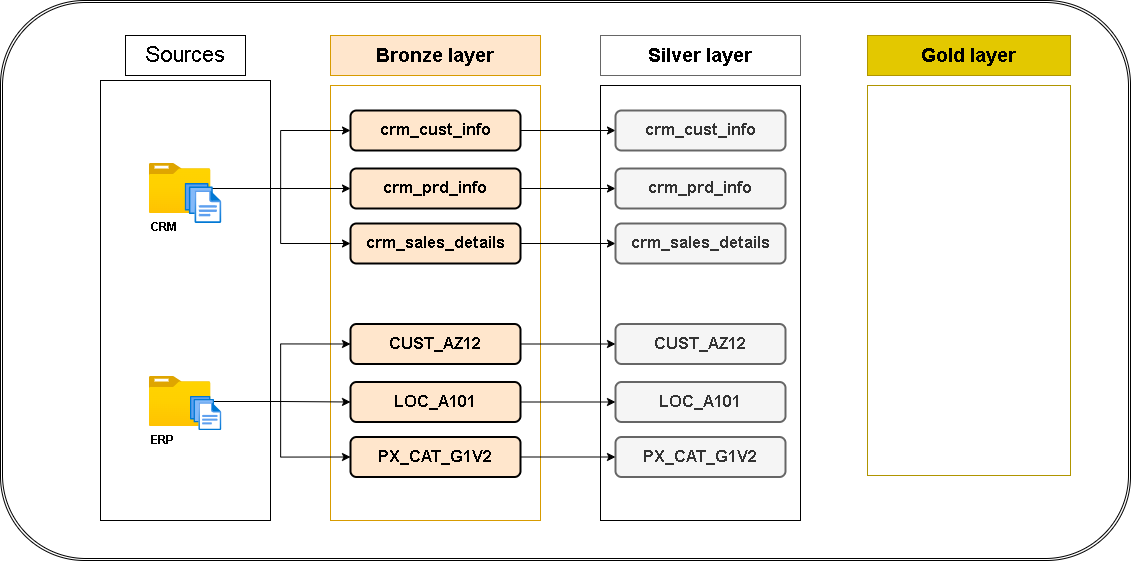
Before: Docs/data_flow.png, a diagram exported from draw.io (JubeirMorad/SQL-Data-Warehouse-Project). Source tidied: cells renumbered, new cells last; positions are measured from the earlier drawing's top-left corner, leaving out a move shared by most shapes. Source of this version:
```xml
<mxGraphModel>
  <root>
    <mxCell id="0" />
    <mxCell id="1" parent="0" />
    <mxCell id="2" style="shape=ext;double=1;rounded=1;whiteSpace=wrap;html=1;fillColor=light-dark(#FFFFFF,#000000);" parent="1" vertex="1">
      <mxGeometry width="1130" height="560" as="geometry" />
    </mxCell>
    <mxCell id="3" style="rounded=0;whiteSpace=wrap;html=1;fillColor=default;strokeColor=default;" parent="1" vertex="1">
      <mxGeometry x="100" y="80" width="170" height="440" as="geometry" />
    </mxCell>
    <mxCell id="4" value="Sources" style="rounded=0;whiteSpace=wrap;html=1;fillColor=default;fontSize=22;strokeColor=default;" parent="1" vertex="1">
      <mxGeometry x="125" y="35" width="120" height="40" as="geometry" />
    </mxCell>
    <mxCell id="5" style="rounded=0;whiteSpace=wrap;html=1;fillColor=default;strokeColor=#d79b00;" parent="1" vertex="1">
      <mxGeometry x="330" y="85" width="210" height="435" as="geometry" />
    </mxCell>
    <mxCell id="6" style="rounded=0;whiteSpace=wrap;html=1;fillColor=default;strokeColor=default;fontColor=#333333;" parent="1" vertex="1">
      <mxGeometry x="600" y="85" width="200" height="435" as="geometry" />
    </mxCell>
    <mxCell id="7" style="rounded=0;whiteSpace=wrap;html=1;fillColor=default;strokeColor=light-dark(#B09500, #ffda0a);fontColor=#000000;" parent="1" vertex="1">
      <mxGeometry x="867" y="85" width="203" height="390" as="geometry" />
    </mxCell>
    <mxCell id="8" value="Bronze layer" style="rounded=0;whiteSpace=wrap;html=1;fillColor=#ffe6cc;fontSize=19;strokeColor=#d79b00;labelBorderColor=none;labelBackgroundColor=none;fontColor=default;fontStyle=1;" parent="1" vertex="1">
      <mxGeometry x="330" y="35" width="210" height="40" as="geometry" />
    </mxCell>
    <mxCell id="9" value="Silver layer" style="rounded=0;whiteSpace=wrap;html=1;fillColor=light-dark(#FFFFFF,#585858);fontSize=19;strokeColor=#666666;fontColor=default;labelBorderColor=none;labelBackgroundColor=none;fontStyle=1;" parent="1" vertex="1">
      <mxGeometry x="600" y="35" width="200" height="40" as="geometry" />
    </mxCell>
    <mxCell id="10" value="Gold layer" style="rounded=0;whiteSpace=wrap;html=1;fillColor=light-dark(#E3C800,#CFB40B);fontSize=19;strokeColor=light-dark(#B09500,#FFDA0A);fontColor=default;labelBorderColor=none;labelBackgroundColor=none;fontStyle=1;" parent="1" vertex="1">
      <mxGeometry x="867" y="35" width="203" height="40" as="geometry" />
    </mxCell>
    <mxCell id="11" style="edgeStyle=orthogonalEdgeStyle;rounded=0;jettySize=auto;html=1;" parent="1" edge="1" source="14" target="24">
      <mxGeometry relative="1" as="geometry" />
    </mxCell>
    <mxCell id="12" style="edgeStyle=orthogonalEdgeStyle;rounded=0;jettySize=auto;html=1;entryX=0;entryY=0.5;entryDx=0;entryDy=0;" parent="1" edge="1" source="14" target="26">
      <mxGeometry relative="1" as="geometry" />
    </mxCell>
    <mxCell id="13" style="edgeStyle=orthogonalEdgeStyle;rounded=0;jettySize=auto;html=1;entryX=0;entryY=0.5;entryDx=0;entryDy=0;" parent="1" edge="1" source="14" target="22">
      <mxGeometry relative="1" as="geometry" />
    </mxCell>
    <mxCell id="14" value="CRM" style="image;html=1;points=[];align=left;fontSize=12;image=img/lib/azure2/general/Folder_Blank.svg;fontStyle=1;" parent="1" vertex="1">
      <mxGeometry x="148.8" y="163" width="61.6" height="50" as="geometry" />
    </mxCell>
    <mxCell id="15" style="edgeStyle=orthogonalEdgeStyle;rounded=0;jettySize=auto;html=1;entryX=0;entryY=0.5;entryDx=0;entryDy=0;" parent="1" edge="1" source="18" target="30">
      <mxGeometry relative="1" as="geometry" />
    </mxCell>
    <mxCell id="16" style="edgeStyle=orthogonalEdgeStyle;rounded=0;jettySize=auto;html=1;entryX=0;entryY=0.5;entryDx=0;entryDy=0;" parent="1" edge="1" source="18" target="28">
      <mxGeometry relative="1" as="geometry" />
    </mxCell>
    <mxCell id="17" style="edgeStyle=orthogonalEdgeStyle;rounded=0;jettySize=auto;html=1;entryX=0;entryY=0.5;entryDx=0;entryDy=0;" parent="1" edge="1" source="18" target="32">
      <mxGeometry relative="1" as="geometry" />
    </mxCell>
    <mxCell id="18" value="&lt;b&gt;ERP&lt;/b&gt;" style="image;html=1;points=[];align=left;fontSize=12;image=img/lib/azure2/general/Folder_Blank.svg;" parent="1" vertex="1">
      <mxGeometry x="148.8" y="376" width="61.6" height="50" as="geometry" />
    </mxCell>
    <mxCell id="19" style="image;html=1;align=center;fontSize=12;image=img/lib/azure2/general/Files.svg;" parent="1" vertex="1">
      <mxGeometry x="184.6" y="183" width="36.6" height="40" as="geometry" />
    </mxCell>
    <mxCell id="20" style="image;html=1;align=center;fontSize=12;image=img/lib/azure2/general/Files.svg;" parent="1" vertex="1">
      <mxGeometry x="190" y="396" width="31.2" height="34.1" as="geometry" />
    </mxCell>
    <mxCell id="21" style="edgeStyle=orthogonalEdgeStyle;rounded=0;jettySize=auto;html=1;entryX=0;entryY=0.5;entryDx=0;entryDy=0;" parent="1" edge="1" source="22" target="33">
      <mxGeometry relative="1" as="geometry" />
    </mxCell>
    <mxCell id="22" value="crm_cust_info" style="rounded=1;whiteSpace=wrap;html=1;fillColor=#ffe6cc;fontSize=17;strokeColor=default;labelBorderColor=none;labelBackgroundColor=none;fontColor=default;fontStyle=1;strokeWidth=2;" parent="1" vertex="1">
      <mxGeometry x="350" y="110" width="170" height="40" as="geometry" />
    </mxCell>
    <mxCell id="23" style="edgeStyle=orthogonalEdgeStyle;rounded=0;jettySize=auto;html=1;entryX=0;entryY=0.5;entryDx=0;entryDy=0;" parent="1" edge="1" source="24" target="34">
      <mxGeometry relative="1" as="geometry" />
    </mxCell>
    <mxCell id="24" value="crm_prd_info" style="rounded=1;whiteSpace=wrap;html=1;fillColor=#ffe6cc;fontSize=17;strokeColor=default;labelBorderColor=none;labelBackgroundColor=none;fontColor=default;fontStyle=1;strokeWidth=2;" parent="1" vertex="1">
      <mxGeometry x="350" y="168" width="170" height="40" as="geometry" />
    </mxCell>
    <mxCell id="25" style="edgeStyle=orthogonalEdgeStyle;rounded=0;jettySize=auto;html=1;" parent="1" edge="1" source="26" target="35">
      <mxGeometry relative="1" as="geometry" />
    </mxCell>
    <mxCell id="26" value="crm_sales_details" style="rounded=1;whiteSpace=wrap;html=1;fillColor=#ffe6cc;fontSize=17;strokeColor=default;labelBorderColor=none;labelBackgroundColor=none;fontColor=default;fontStyle=1;strokeWidth=2;" parent="1" vertex="1">
      <mxGeometry x="350" y="223" width="170" height="40" as="geometry" />
    </mxCell>
    <mxCell id="27" style="edgeStyle=orthogonalEdgeStyle;rounded=0;jettySize=auto;html=1;" parent="1" edge="1" source="28" target="36">
      <mxGeometry relative="1" as="geometry" />
    </mxCell>
    <mxCell id="28" value="CUST_AZ12" style="rounded=1;whiteSpace=wrap;html=1;fillColor=#ffe6cc;fontSize=17;strokeColor=default;labelBorderColor=none;labelBackgroundColor=none;fontColor=default;fontStyle=1;strokeWidth=2;" parent="1" vertex="1">
      <mxGeometry x="350" y="323.5" width="170" height="40" as="geometry" />
    </mxCell>
    <mxCell id="29" style="edgeStyle=orthogonalEdgeStyle;rounded=0;jettySize=auto;html=1;" parent="1" edge="1" source="30" target="37">
      <mxGeometry relative="1" as="geometry" />
    </mxCell>
    <mxCell id="30" value="LOC_A101" style="rounded=1;whiteSpace=wrap;html=1;fillColor=#ffe6cc;fontSize=17;strokeColor=default;labelBorderColor=none;labelBackgroundColor=none;fontColor=default;fontStyle=1;strokeWidth=2;" parent="1" vertex="1">
      <mxGeometry x="350" y="381.5" width="170" height="40" as="geometry" />
    </mxCell>
    <mxCell id="31" style="edgeStyle=orthogonalEdgeStyle;rounded=0;jettySize=auto;html=1;" parent="1" edge="1" source="32" target="38">
      <mxGeometry relative="1" as="geometry" />
    </mxCell>
    <mxCell id="32" value="PX_CAT_G1V2" style="rounded=1;whiteSpace=wrap;html=1;fillColor=#ffe6cc;fontSize=17;strokeColor=default;labelBorderColor=none;labelBackgroundColor=none;fontColor=default;fontStyle=1;strokeWidth=2;" parent="1" vertex="1">
      <mxGeometry x="350" y="436.5" width="170" height="40" as="geometry" />
    </mxCell>
    <mxCell id="33" value="crm_cust_info" style="rounded=1;whiteSpace=wrap;html=1;fillColor=#f5f5f5;fontSize=17;strokeColor=#666666;labelBorderColor=none;labelBackgroundColor=none;fontColor=light-dark(#333333,#FFFFFF);fontStyle=1;strokeWidth=2;" parent="1" vertex="1">
      <mxGeometry x="615" y="110" width="170" height="40" as="geometry" />
    </mxCell>
    <mxCell id="34" value="crm_prd_info" style="rounded=1;whiteSpace=wrap;html=1;fillColor=#f5f5f5;fontSize=17;strokeColor=#666666;labelBorderColor=none;labelBackgroundColor=none;fontColor=light-dark(#333333,#FFFFFF);fontStyle=1;strokeWidth=2;" parent="1" vertex="1">
      <mxGeometry x="615" y="168" width="170" height="40" as="geometry" />
    </mxCell>
    <mxCell id="35" value="crm_sales_details" style="rounded=1;whiteSpace=wrap;html=1;fillColor=#f5f5f5;fontSize=17;strokeColor=#666666;labelBorderColor=none;labelBackgroundColor=none;fontColor=light-dark(#333333,#FFFFFF);fontStyle=1;strokeWidth=2;" parent="1" vertex="1">
      <mxGeometry x="615" y="223" width="170" height="40" as="geometry" />
    </mxCell>
    <mxCell id="36" value="CUST_AZ12" style="rounded=1;whiteSpace=wrap;html=1;fillColor=#f5f5f5;fontSize=17;strokeColor=#666666;labelBorderColor=none;labelBackgroundColor=none;fontColor=light-dark(#333333,#FFFFFF);fontStyle=1;strokeWidth=2;" parent="1" vertex="1">
      <mxGeometry x="615" y="323.5" width="170" height="40" as="geometry" />
    </mxCell>
    <mxCell id="37" value="LOC_A101" style="rounded=1;whiteSpace=wrap;html=1;fillColor=#f5f5f5;fontSize=17;strokeColor=#666666;labelBorderColor=none;labelBackgroundColor=none;fontColor=light-dark(#333333,#FFFFFF);fontStyle=1;strokeWidth=2;" parent="1" vertex="1">
      <mxGeometry x="615" y="381.5" width="170" height="40" as="geometry" />
    </mxCell>
    <mxCell id="38" value="PX_CAT_G1V2" style="rounded=1;whiteSpace=wrap;html=1;fillColor=#f5f5f5;fontSize=17;strokeColor=#666666;labelBorderColor=none;labelBackgroundColor=none;fontColor=light-dark(#333333,#FFFFFF);fontStyle=1;strokeWidth=2;" parent="1" vertex="1">
      <mxGeometry x="615" y="436.5" width="170" height="40" as="geometry" />
    </mxCell>
  </root>
</mxGraphModel>
```
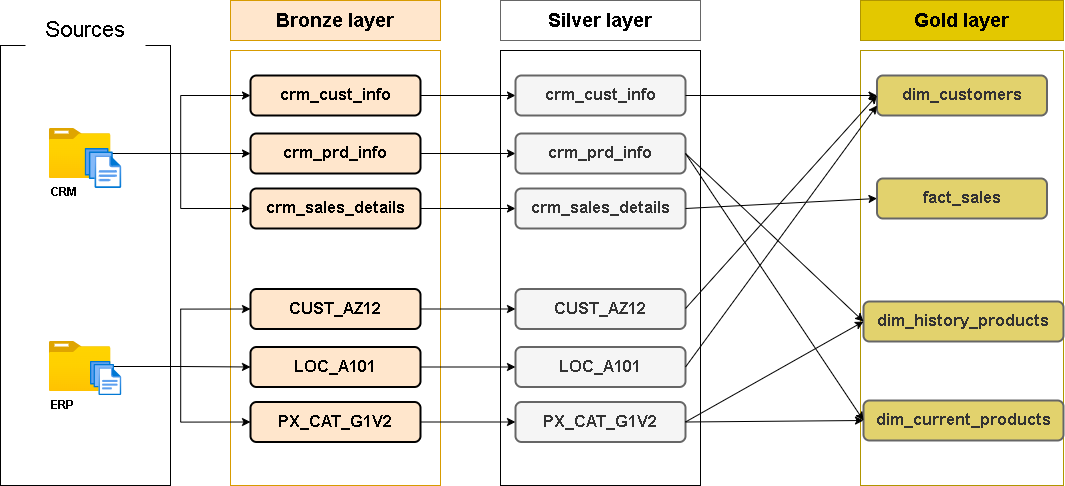
The same diagram one commit later.

Commit message:
update data flow (data flow)

Change to the diagram source:
```diff
@@ -2,24 +2,21 @@
   <root>
     <mxCell id="0" />
     <mxCell id="1" parent="0" />
-    <mxCell id="2" style="shape=ext;double=1;rounded=1;whiteSpace=wrap;html=1;fillColor=light-dark(#FFFFFF,#000000);" parent="1" vertex="1">
-      <mxGeometry width="1130" height="560" as="geometry" />
-    </mxCell>
-    <mxCell id="3" style="rounded=0;whiteSpace=wrap;html=1;fillColor=default;strokeColor=default;" parent="1" vertex="1">
-      <mxGeometry x="100" y="80" width="170" height="440" as="geometry" />
-    </mxCell>
+    <mxCell id="39" style="rounded=0;whiteSpace=wrap;html=1;fillColor=none;strokeColor=default;" parent="1" vertex="1">
+      <mxGeometry x="100" y="80" width="170" height="440" as="geometry" />
+    </mxCell>
-    <mxCell id="4" value="Sources" style="rounded=0;whiteSpace=wrap;html=1;fillColor=default;fontSize=22;strokeColor=default;" parent="1" vertex="1">
-      <mxGeometry x="125" y="35" width="120" height="40" as="geometry" />
+    <mxCell id="4" value="Sources" style="rounded=0;whiteSpace=wrap;html=1;fillColor=default;fontSize=22;strokeColor=none;" parent="1" vertex="1">
+      <mxGeometry x="125" y="45" width="120" height="40" as="geometry" />
     </mxCell>
-    <mxCell id="5" style="rounded=0;whiteSpace=wrap;html=1;fillColor=default;strokeColor=#d79b00;" parent="1" vertex="1">
-      <mxGeometry x="330" y="85" width="210" height="435" as="geometry" />
-    </mxCell>
-    <mxCell id="6" style="rounded=0;whiteSpace=wrap;html=1;fillColor=default;strokeColor=default;fontColor=#333333;" parent="1" vertex="1">
-      <mxGeometry x="600" y="85" width="200" height="435" as="geometry" />
-    </mxCell>
-    <mxCell id="7" style="rounded=0;whiteSpace=wrap;html=1;fillColor=default;strokeColor=light-dark(#B09500, #ffda0a);fontColor=#000000;" parent="1" vertex="1">
-      <mxGeometry x="867" y="85" width="203" height="390" as="geometry" />
-    </mxCell>
+    <mxCell id="40" style="rounded=0;whiteSpace=wrap;html=1;fillColor=none;strokeColor=#d79b00;" parent="1" vertex="1">
+      <mxGeometry x="330" y="85" width="210" height="435" as="geometry" />
+    </mxCell>
+    <mxCell id="41" style="rounded=0;whiteSpace=wrap;html=1;fillColor=none;strokeColor=default;fontColor=#333333;" parent="1" vertex="1">
+      <mxGeometry x="600" y="85" width="200" height="435" as="geometry" />
+    </mxCell>
+    <mxCell id="42" style="rounded=0;whiteSpace=wrap;html=1;fillColor=none;strokeColor=light-dark(#B09500, #ffda0a);fontColor=#000000;" parent="1" vertex="1">
+      <mxGeometry x="960" y="85" width="203" height="435" as="geometry" />
+    </mxCell>
     <mxCell id="8" value="Bronze layer" style="rounded=0;whiteSpace=wrap;html=1;fillColor=#ffe6cc;fontSize=19;strokeColor=#d79b00;labelBorderColor=none;labelBackgroundColor=none;fontColor=default;fontStyle=1;" parent="1" vertex="1">
       <mxGeometry x="330" y="35" width="210" height="40" as="geometry" />
     </mxCell>
@@ -27,7 +24,7 @@
       <mxGeometry x="600" y="35" width="200" height="40" as="geometry" />
     </mxCell>
     <mxCell id="10" value="Gold layer" style="rounded=0;whiteSpace=wrap;html=1;fillColor=light-dark(#E3C800,#CFB40B);fontSize=19;strokeColor=light-dark(#B09500,#FFDA0A);fontColor=default;labelBorderColor=none;labelBackgroundColor=none;fontStyle=1;" parent="1" vertex="1">
-      <mxGeometry x="867" y="35" width="203" height="40" as="geometry" />
+      <mxGeometry x="960" y="35" width="203" height="40" as="geometry" />
     </mxCell>
     <mxCell id="11" style="edgeStyle=orthogonalEdgeStyle;rounded=0;jettySize=auto;html=1;" parent="1" edge="1" source="14" target="24">
       <mxGeometry relative="1" as="geometry" />
@@ -113,5 +110,43 @@
     <mxCell id="38" value="PX_CAT_G1V2" style="rounded=1;whiteSpace=wrap;html=1;fillColor=#f5f5f5;fontSize=17;strokeColor=#666666;labelBorderColor=none;labelBackgroundColor=none;fontColor=light-dark(#333333,#FFFFFF);fontStyle=1;strokeWidth=2;" parent="1" vertex="1">
       <mxGeometry x="615" y="436.5" width="170" height="40" as="geometry" />
     </mxCell>
+    <mxCell id="43" value="dim_customers" style="rounded=1;whiteSpace=wrap;html=1;fillColor=light-dark(#CFB40B99,#CFB40B99);fontSize=17;strokeColor=#666666;labelBorderColor=none;labelBackgroundColor=none;fontColor=light-dark(#333333,#FFFFFF);fontStyle=1;strokeWidth=2;gradientColor=none;fillStyle=auto;" parent="1" vertex="1">
+      <mxGeometry x="976.5" y="110" width="170" height="40" as="geometry" />
+    </mxCell>
+    <mxCell id="44" value="fact_sales" style="rounded=1;whiteSpace=wrap;html=1;fillColor=light-dark(#CFB40B99,#CFB40B99);fontSize=17;strokeColor=#666666;labelBorderColor=none;labelBackgroundColor=none;fontColor=light-dark(#333333,#FFFFFF);fontStyle=1;strokeWidth=2;gradientColor=none;fillStyle=auto;" parent="1" vertex="1">
+      <mxGeometry x="976.5" y="213" width="170" height="40" as="geometry" />
+    </mxCell>
+    <mxCell id="45" value="dim_current_products" style="rounded=1;whiteSpace=wrap;html=1;fillColor=light-dark(#CFB40B99,#CFB40B99);fontSize=17;strokeColor=#666666;labelBorderColor=none;labelBackgroundColor=none;fontColor=light-dark(#333333,#FFFFFF);fontStyle=1;strokeWidth=2;gradientColor=none;fillStyle=auto;" parent="1" vertex="1">
+      <mxGeometry x="963" y="435" width="200" height="40" as="geometry" />
+    </mxCell>
+    <mxCell id="46" value="dim_history_products" style="rounded=1;whiteSpace=wrap;html=1;fillColor=light-dark(#CFB40B99,#CFB40B99);fontSize=17;strokeColor=#666666;labelBorderColor=none;labelBackgroundColor=none;fontColor=light-dark(#333333,#FFFFFF);fontStyle=1;strokeWidth=2;gradientColor=none;fillStyle=auto;" parent="1" vertex="1">
+      <mxGeometry x="963" y="336" width="200" height="40" as="geometry" />
+    </mxCell>
+    <mxCell id="47" style="endArrow=classic;html=1;rounded=0;entryX=0;entryY=0.5;entryDx=0;entryDy=0;exitX=1;exitY=0.5;exitDx=0;exitDy=0;" parent="1" edge="1" source="33" target="43">
+      <mxGeometry relative="1" as="geometry" />
+    </mxCell>
+    <mxCell id="48" style="endArrow=classic;html=1;rounded=0;entryX=0;entryY=0.5;entryDx=0;entryDy=0;exitX=1;exitY=0.5;exitDx=0;exitDy=0;" parent="1" edge="1" target="43">
+      <mxGeometry relative="1" as="geometry">
+        <mxPoint x="785" y="343" as="sourcePoint" />
+      </mxGeometry>
+    </mxCell>
+    <mxCell id="49" style="endArrow=classic;html=1;rounded=0;entryX=0;entryY=0.75;entryDx=0;entryDy=0;exitX=1;exitY=0.5;exitDx=0;exitDy=0;" parent="1" edge="1" source="37" target="43">
+      <mxGeometry relative="1" as="geometry" />
+    </mxCell>
+    <mxCell id="50" style="endArrow=classic;html=1;rounded=0;entryX=0;entryY=0.5;entryDx=0;entryDy=0;exitX=1;exitY=0.5;exitDx=0;exitDy=0;" parent="1" edge="1" source="34" target="46">
+      <mxGeometry relative="1" as="geometry" />
+    </mxCell>
+    <mxCell id="51" style="endArrow=classic;html=1;rounded=0;entryX=0;entryY=0.5;entryDx=0;entryDy=0;exitX=1;exitY=0.5;exitDx=0;exitDy=0;" parent="1" edge="1" source="34" target="45">
+      <mxGeometry relative="1" as="geometry" />
+    </mxCell>
+    <mxCell id="52" style="endArrow=classic;html=1;rounded=0;entryX=0;entryY=0.5;entryDx=0;entryDy=0;exitX=1;exitY=0.5;exitDx=0;exitDy=0;" parent="1" edge="1" source="38" target="45">
+      <mxGeometry relative="1" as="geometry" />
+    </mxCell>
+    <mxCell id="53" style="endArrow=classic;html=1;rounded=0;entryX=0;entryY=0.5;entryDx=0;entryDy=0;exitX=1;exitY=0.5;exitDx=0;exitDy=0;" parent="1" edge="1" source="38" target="46">
+      <mxGeometry relative="1" as="geometry" />
+    </mxCell>
+    <mxCell id="54" style="endArrow=classic;html=1;rounded=0;entryX=0;entryY=0.5;entryDx=0;entryDy=0;exitX=1;exitY=0.5;exitDx=0;exitDy=0;" parent="1" edge="1" source="35" target="44">
+      <mxGeometry relative="1" as="geometry" />
+    </mxCell>
   </root>
 </mxGraphModel>
```
